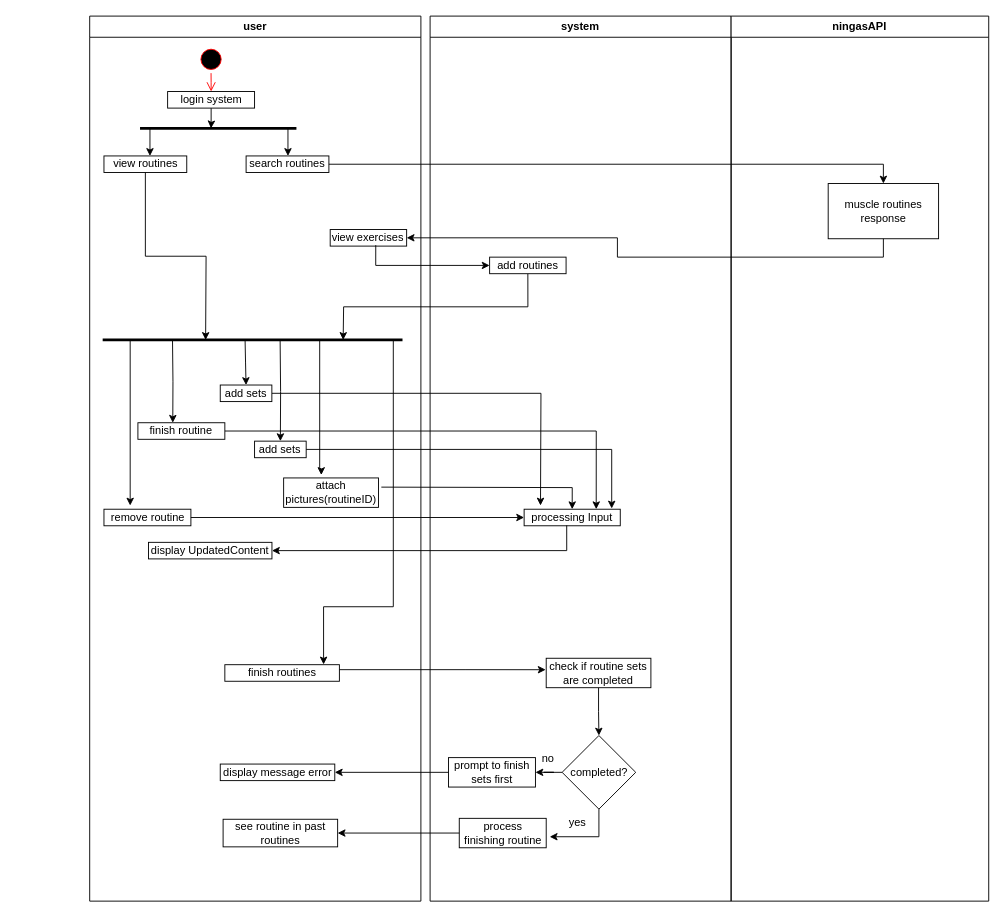
Earlier version of the draw.io diagram public/docs/activity diagram.drawio (Ebrahim-Ramadan/myfitrainer-app). Source tidied: cells renumbered, new cells numbered last; positions are measured from the earlier drawing's top-left corner, leaving out a move shared by most shapes. Both pictures are drawn from the tidied source at 92%, with x=0, y=0 at pixel (89, 16).
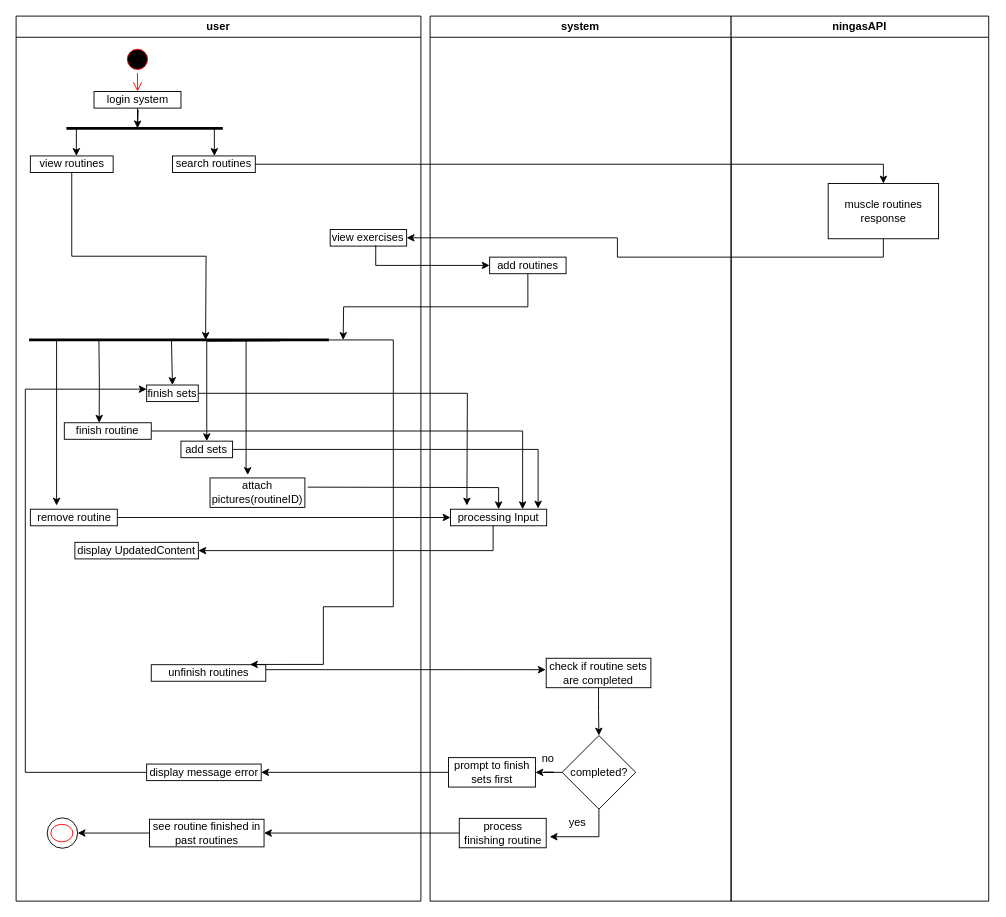
The same page after the edit.

The change refers to these unchanged cells:
```xml
<mxCell id="31" value="display message error" style="rounded=0;whiteSpace=wrap;html=1;" parent="2" vertex="1">
  <mxGeometry x="141.9" y="813" width="124.5" height="18" as="geometry" />
</mxCell>
```

The edit, as a diff of the source:
```diff
@@
     <mxCell id="2" value="user" style="swimlane;whiteSpace=wrap;" parent="1" vertex="1">
-      <mxGeometry width="360" height="962" as="geometry" />
+      <mxGeometry x="-80" width="440" height="962" as="geometry" />
     </mxCell>
@@
-    <mxCell id="15" value="finish routines" style="rounded=0;whiteSpace=wrap;html=1;" parent="2" vertex="1">
+    <mxCell id="15" value="unfinish routines" style="rounded=0;whiteSpace=wrap;html=1;" parent="2" vertex="1">
       <mxGeometry x="146.9" y="705" width="124.5" height="18" as="geometry" />
     </mxCell>
@@
-    <mxCell id="19" value="add sets" style="rounded=0;whiteSpace=wrap;html=1;" parent="2" vertex="1">
+    <mxCell id="19" value="finish sets" style="rounded=0;whiteSpace=wrap;html=1;" parent="2" vertex="1">
       <mxGeometry x="141.9" y="401" width="56.1" height="18" as="geometry" />
     </mxCell>
@@
+    <mxCell id="57" style="edgeStyle=orthogonalEdgeStyle;rounded=0;jettySize=auto;html=1;entryX=0;entryY=0.25;entryDx=0;entryDy=0;" parent="2" edge="1" source="31" target="19">
+      <mxGeometry relative="1" as="geometry">
+        <Array as="points">
+          <mxPoint x="10" y="822" />
+          <mxPoint x="10" y="406" />
+        </Array>
+      </mxGeometry>
+    </mxCell>
@@
+    <mxCell id="58" style="edgeStyle=orthogonalEdgeStyle;rounded=0;jettySize=auto;html=1;entryX=1;entryY=0.5;entryDx=0;entryDy=0;" parent="2" edge="1" source="32" target="60">
+      <mxGeometry relative="1" as="geometry" />
+    </mxCell>
-    <mxCell id="32" value="see routine in past routines" style="rounded=0;whiteSpace=wrap;html=1;" parent="2" vertex="1">
+    <mxCell id="32" value="see routine finished in past routines" style="rounded=0;whiteSpace=wrap;html=1;" parent="2" vertex="1">
       <mxGeometry x="145" y="873" width="124.5" height="30" as="geometry" />
     </mxCell>
+    <mxCell id="59" style="group;" parent="2" vertex="1">
+      <mxGeometry x="33.8" y="871.5" width="33.1" height="33" as="geometry" />
+    </mxCell>
+    <mxCell id="60" style="ellipse;whiteSpace=wrap;html=1;" parent="59" vertex="1">
+      <mxGeometry width="33.1" height="33" as="geometry" />
+    </mxCell>
+    <mxCell id="61" style="ellipse;shape=startState;fillColor=#FFFFFF;strokeColor=#ff0000;fontColor=#FFEBEB;" parent="59" vertex="1">
+      <mxGeometry y="3" width="31.9" height="27" as="geometry" />
+    </mxCell>
```
